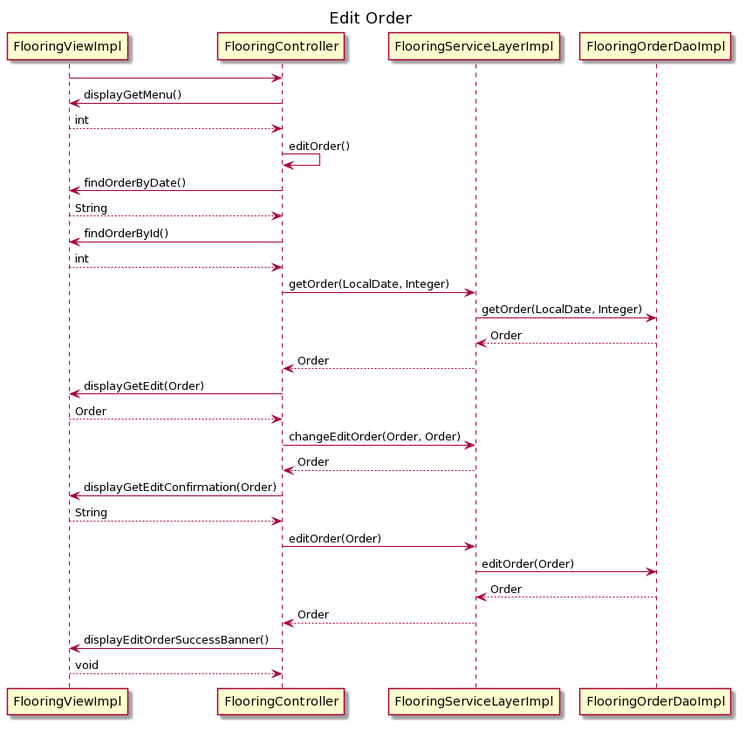
This is UML/FloorPlanning/FloorPlanningSequenceDiagramEditOrder.png from rtdonin/JavaClasswork, a PlantUML export, as it was before one commit. Its diagram source:
```plantuml
@startuml



Title Edit Order

FlooringViewImpl -> FlooringController
FlooringController -> FlooringViewImpl : displayGetMenu()
FlooringViewImpl --> FlooringController : int
FlooringController -> FlooringController : editOrder()
FlooringController -> FlooringViewImpl : findOrderByDate()
FlooringViewImpl --> FlooringController : String
FlooringController -> FlooringViewImpl : findOrderById()
FlooringViewImpl --> FlooringController : int
FlooringController -> FlooringServiceLayerImpl : getOrder(LocalDate, Integer)
FlooringServiceLayerImpl -> FlooringOrderDaoImpl : getOrder(LocalDate, Integer)
FlooringOrderDaoImpl --> FlooringServiceLayerImpl : Order
FlooringServiceLayerImpl --> FlooringController : Order
FlooringController -> FlooringViewImpl : displayGetEdit(Order)
FlooringViewImpl --> FlooringController : Order
FlooringController -> FlooringServiceLayerImpl : changeEditOrder(Order, Order)
FlooringServiceLayerImpl --> FlooringController : Order
FlooringController -> FlooringViewImpl : displayGetEditConfirmation(Order)
FlooringViewImpl --> FlooringController : String
FlooringController -> FlooringServiceLayerImpl : editOrder(Order)
FlooringServiceLayerImpl -> FlooringOrderDaoImpl : editOrder(Order)
FlooringOrderDaoImpl --> FlooringServiceLayerImpl : Order
FlooringServiceLayerImpl --> FlooringController : Order
FlooringController -> FlooringViewImpl : displayEditOrderSuccessBanner()
FlooringViewImpl --> FlooringController : void
@enduml
```
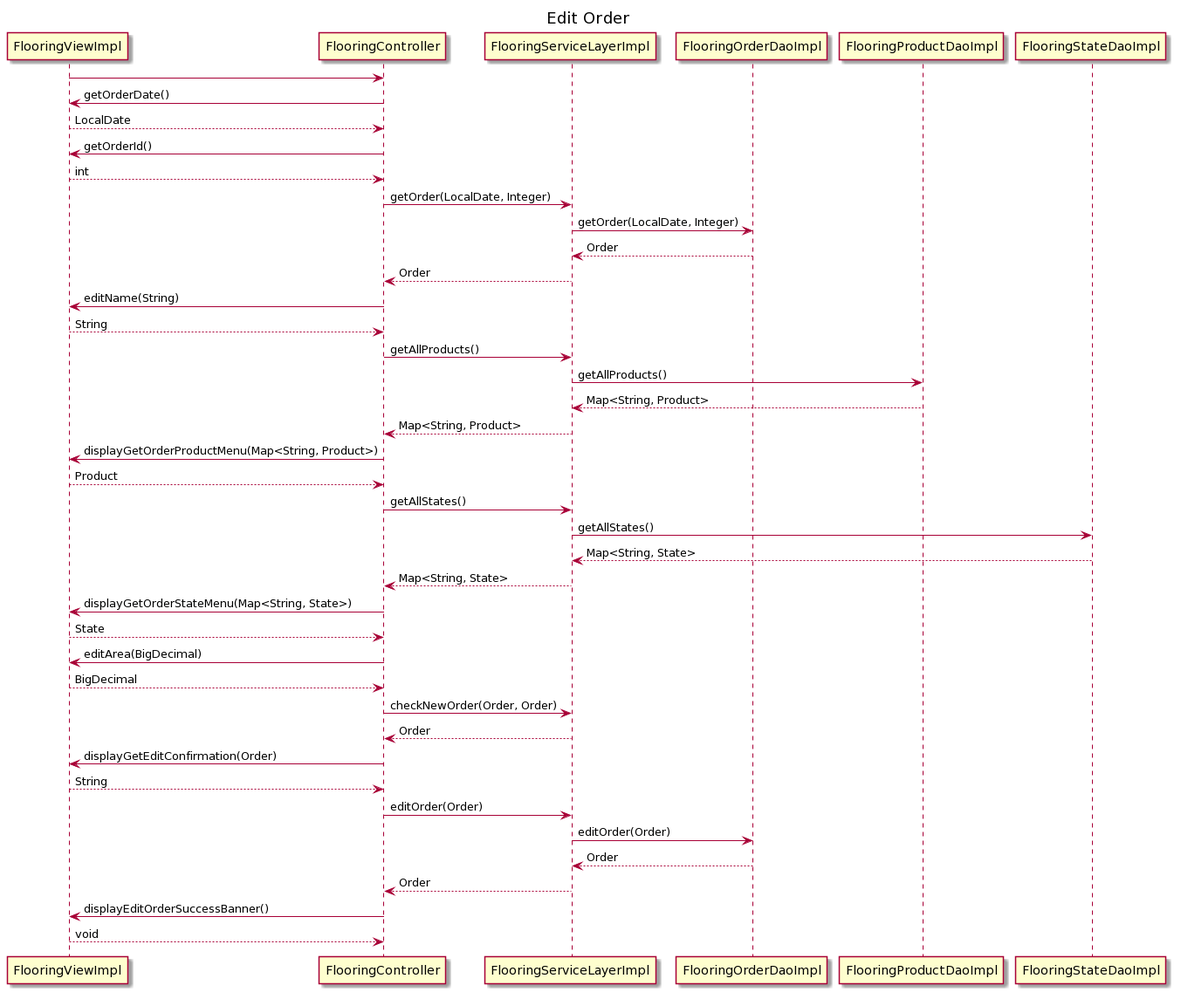
Above is the later version.

Diff of the diagram source:
```diff
@@ -5,20 +5,31 @@
 Title Edit Order
 
 FlooringViewImpl -> FlooringController
-FlooringController -> FlooringViewImpl : displayGetMenu()
-FlooringViewImpl --> FlooringController : int
-FlooringController -> FlooringController : editOrder()
-FlooringController -> FlooringViewImpl : findOrderByDate()
-FlooringViewImpl --> FlooringController : String
-FlooringController -> FlooringViewImpl : findOrderById()
+FlooringController -> FlooringViewImpl : getOrderDate()
+FlooringViewImpl --> FlooringController : LocalDate
+FlooringController -> FlooringViewImpl : getOrderId()
 FlooringViewImpl --> FlooringController : int
 FlooringController -> FlooringServiceLayerImpl : getOrder(LocalDate, Integer)
 FlooringServiceLayerImpl -> FlooringOrderDaoImpl : getOrder(LocalDate, Integer)
 FlooringOrderDaoImpl --> FlooringServiceLayerImpl : Order
 FlooringServiceLayerImpl --> FlooringController : Order
-FlooringController -> FlooringViewImpl : displayGetEdit(Order)
-FlooringViewImpl --> FlooringController : Order
-FlooringController -> FlooringServiceLayerImpl : changeEditOrder(Order, Order)
+FlooringController -> FlooringViewImpl : editName(String)
+FlooringViewImpl --> FlooringController : String
+FlooringController -> FlooringServiceLayerImpl : getAllProducts()
+FlooringServiceLayerImpl -> FlooringProductDaoImpl : getAllProducts()
+FlooringProductDaoImpl --> FlooringServiceLayerImpl : Map<String, Product>
+FlooringServiceLayerImpl --> FlooringController : Map<String, Product>
+FlooringController -> FlooringViewImpl : displayGetOrderProductMenu(Map<String, Product>)
+FlooringViewImpl --> FlooringController : Product
+FlooringController -> FlooringServiceLayerImpl : getAllStates()
+FlooringServiceLayerImpl -> FlooringStateDaoImpl : getAllStates()
+FlooringStateDaoImpl --> FlooringServiceLayerImpl : Map<String, State>
+FlooringServiceLayerImpl --> FlooringController : Map<String, State>
+FlooringController -> FlooringViewImpl : displayGetOrderStateMenu(Map<String, State>)
+FlooringViewImpl --> FlooringController : State
+FlooringController -> FlooringViewImpl : editArea(BigDecimal)
+FlooringViewImpl --> FlooringController : BigDecimal
+FlooringController -> FlooringServiceLayerImpl : checkNewOrder(Order, Order)
 FlooringServiceLayerImpl --> FlooringController : Order
 FlooringController -> FlooringViewImpl : displayGetEditConfirmation(Order)
 FlooringViewImpl --> FlooringController : String
```
